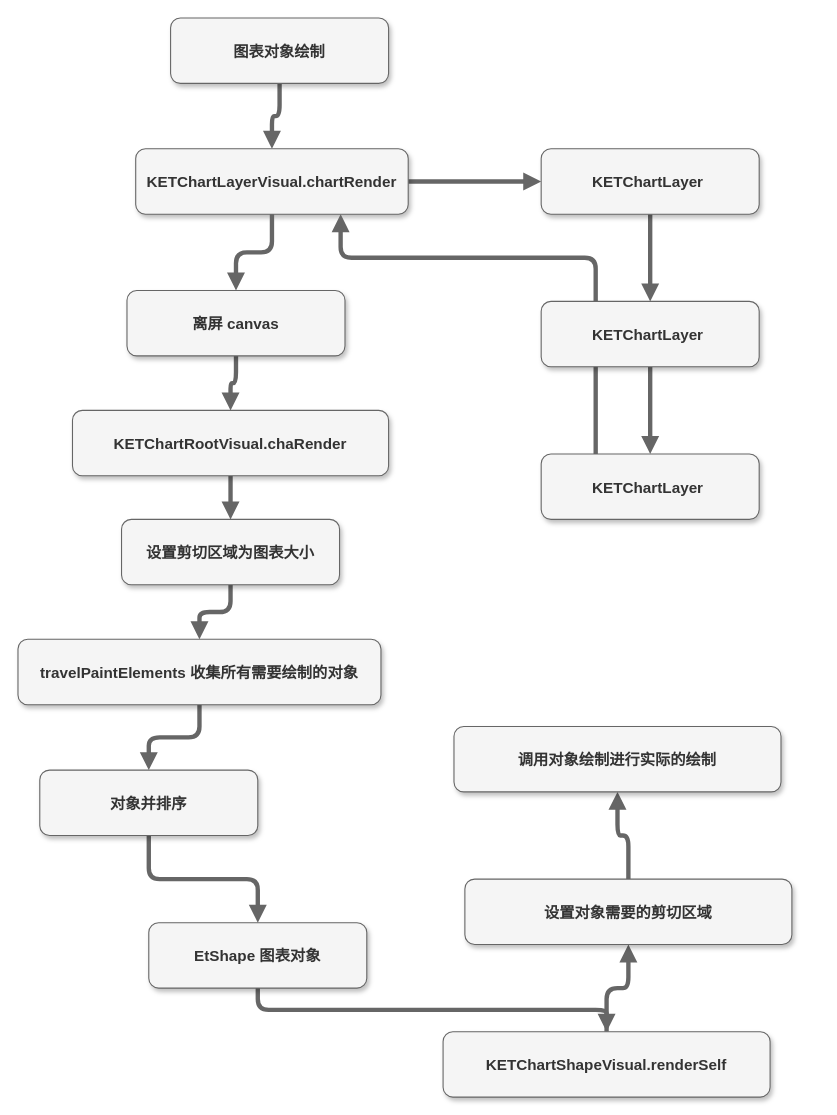
makepair/craft keeps this draw.io diagram as page "Page-2" (2 of 2) of Untitled 11111Diagram.drawio. Above is the earlier version. Source tidied: cells renumbered, new cells numbered last; positions are measured from the earlier drawing's top-left corner, leaving out a move shared by most shapes. Both pictures are drawn from the tidied source at 109%, with x=0, y=0 at pixel (17, 17).
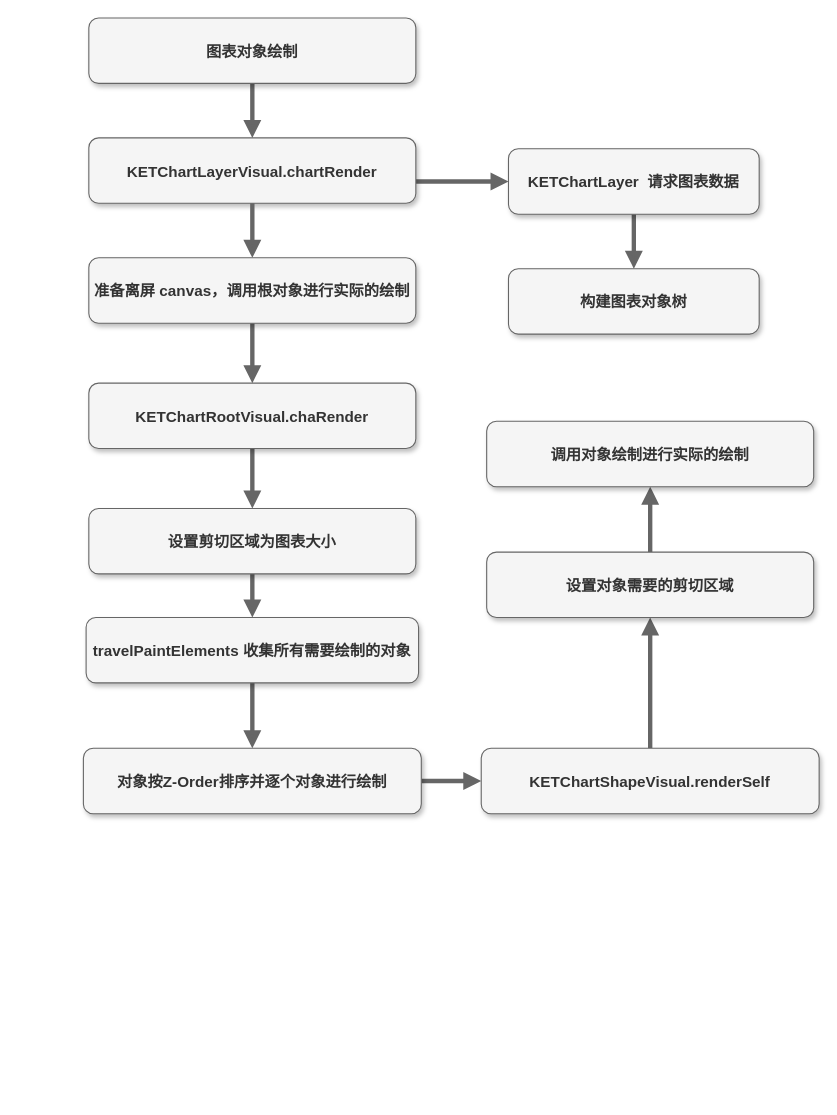
After the change.

The edit, as a diff of the source:
```diff
@@
     <mxCell id="3" value="图表对象绘制" style="rounded=1;fillColor=#f5f5f5;strokeColor=#666666;shadow=1;fontStyle=1;fontColor=#333333;fontSize=14;" parent="1" vertex="1">
-      <mxGeometry x="140" width="200" height="60" as="geometry" />
+      <mxGeometry x="65" width="300" height="60" as="geometry" />
     </mxCell>
@@
     <mxCell id="5" value="KETChartLayerVisual.chartRender" style="rounded=1;fillColor=#f5f5f5;strokeColor=#666666;shadow=1;fontStyle=1;fontColor=#333333;fontSize=14;" parent="1" vertex="1">
-      <mxGeometry x="108" y="120" width="250" height="60" as="geometry" />
+      <mxGeometry x="65" y="110" width="300" height="60" as="geometry" />
     </mxCell>
@@
-    <mxCell id="8" value="KETChartLayer " style="rounded=1;fillColor=#f5f5f5;strokeColor=#666666;shadow=1;fontStyle=1;fontColor=#333333;fontSize=14;" parent="1" vertex="1">
-      <mxGeometry x="480" y="120" width="200" height="60" as="geometry" />
+    <mxCell id="8" value="KETChartLayer  请求图表数据" style="rounded=1;fillColor=#f5f5f5;strokeColor=#666666;shadow=1;fontStyle=1;fontColor=#333333;fontSize=14;" parent="1" vertex="1">
+      <mxGeometry x="450" y="120" width="230" height="60" as="geometry" />
     </mxCell>
-    <mxCell id="9" style="edgeStyle=elbowEdgeStyle;jettySize=auto;elbow=vertical;html=1;endArrow=block;endFill=1;strokeColor=#666666;strokeWidth=4;fillColor=#f5f5f5;fontSize=14;fontColor=#333333;exitX=0.25;exitY=0;exitDx=0;exitDy=0;" parent="1" edge="1" source="12">
-      <mxGeometry relative="1" as="geometry">
-        <mxPoint x="296" y="180" as="targetPoint" />
-        <Array as="points">
-          <mxPoint x="330" y="220" />
-          <mxPoint x="370" y="310" />
-          <mxPoint x="400" y="360" />
-        </Array>
-      </mxGeometry>
-    </mxCell>
-    <mxCell id="10" style="edgeStyle=elbowEdgeStyle;jettySize=auto;elbow=vertical;html=1;endArrow=block;endFill=1;strokeColor=#666666;strokeWidth=4;fillColor=#f5f5f5;fontSize=14;fontColor=#333333;" parent="1" edge="1" source="11" target="12">
-      <mxGeometry relative="1" as="geometry" />
-    </mxCell>
-    <mxCell id="11" value="KETChartLayer " style="rounded=1;fillColor=#f5f5f5;strokeColor=#666666;shadow=1;fontStyle=1;fontColor=#333333;fontSize=14;" parent="1" vertex="1">
-      <mxGeometry x="480" y="260" width="200" height="60" as="geometry" />
+    <mxCell id="11" value="构建图表对象树" style="rounded=1;fillColor=#f5f5f5;strokeColor=#666666;shadow=1;fontStyle=1;fontColor=#333333;fontSize=14;" parent="1" vertex="1">
+      <mxGeometry x="450" y="230" width="230" height="60" as="geometry" />
     </mxCell>
-    <mxCell id="12" value="KETChartLayer " style="rounded=1;fillColor=#f5f5f5;strokeColor=#666666;shadow=1;fontStyle=1;fontColor=#333333;fontSize=14;" parent="1" vertex="1">
-      <mxGeometry x="480" y="400" width="200" height="60" as="geometry" />
-    </mxCell>
@@
-    <mxCell id="14" value="离屏 canvas" style="rounded=1;fillColor=#f5f5f5;strokeColor=#666666;shadow=1;fontStyle=1;fontColor=#333333;fontSize=14;" parent="1" vertex="1">
-      <mxGeometry x="100" y="250" width="200" height="60" as="geometry" />
+    <mxCell id="14" value="准备离屏 canvas，调用根对象进行实际的绘制" style="rounded=1;fillColor=#f5f5f5;strokeColor=#666666;shadow=1;fontStyle=1;fontColor=#333333;fontSize=14;" parent="1" vertex="1">
+      <mxGeometry x="65" y="220" width="300" height="60" as="geometry" />
     </mxCell>
@@
     <mxCell id="16" value="KETChartRootVisual.chaRender" style="rounded=1;fillColor=#f5f5f5;strokeColor=#666666;shadow=1;fontStyle=1;fontColor=#333333;fontSize=14;" parent="1" vertex="1">
-      <mxGeometry x="50" y="360" width="290" height="60" as="geometry" />
+      <mxGeometry x="65" y="335" width="300" height="60" as="geometry" />
     </mxCell>
@@
     <mxCell id="18" value="设置剪切区域为图表大小" style="rounded=1;fillColor=#f5f5f5;strokeColor=#666666;shadow=1;fontStyle=1;fontColor=#333333;fontSize=14;" parent="1" vertex="1">
-      <mxGeometry x="95" y="460" width="200" height="60" as="geometry" />
+      <mxGeometry x="65" y="450" width="300" height="60" as="geometry" />
     </mxCell>
@@
     <mxCell id="20" value="travelPaintElements 收集所有需要绘制的对象" style="rounded=1;fillColor=#f5f5f5;strokeColor=#666666;shadow=1;fontStyle=1;fontColor=#333333;fontSize=14;" parent="1" vertex="1">
-      <mxGeometry y="570" width="333" height="60" as="geometry" />
+      <mxGeometry x="62.5" y="550" width="305" height="60" as="geometry" />
     </mxCell>
-    <mxCell id="21" style="edgeStyle=elbowEdgeStyle;jettySize=auto;elbow=vertical;html=1;endArrow=block;endFill=1;strokeColor=#666666;strokeWidth=4;fillColor=#f5f5f5;fontSize=14;fontColor=#333333;" parent="1" edge="1" source="22" target="24">
-      <mxGeometry relative="1" as="geometry" />
-    </mxCell>
+    <mxCell id="30" style="edgeStyle=elbowEdgeStyle;jettySize=auto;elbow=vertical;html=1;endArrow=block;endFill=1;strokeColor=#666666;strokeWidth=4;fillColor=#f5f5f5;fontSize=14;fontColor=#333333;" parent="1" edge="1" source="22" target="26">
+      <mxGeometry relative="1" as="geometry" />
+    </mxCell>
-    <mxCell id="22" value="对象并排序" style="rounded=1;fillColor=#f5f5f5;strokeColor=#666666;shadow=1;fontStyle=1;fontColor=#333333;fontSize=14;" parent="1" vertex="1">
-      <mxGeometry x="20" y="690" width="200" height="60" as="geometry" />
+    <mxCell id="22" value="对象按Z-Order排序并逐个对象进行绘制" style="rounded=1;fillColor=#f5f5f5;strokeColor=#666666;shadow=1;fontStyle=1;fontColor=#333333;fontSize=14;" parent="1" vertex="1">
+      <mxGeometry x="60" y="670" width="310" height="60" as="geometry" />
     </mxCell>
-    <mxCell id="23" style="edgeStyle=elbowEdgeStyle;jettySize=auto;elbow=vertical;html=1;endArrow=block;endFill=1;strokeColor=#666666;strokeWidth=4;fillColor=#f5f5f5;fontSize=14;fontColor=#333333;" parent="1" edge="1" source="24" target="26">
-      <mxGeometry relative="1" as="geometry" />
-    </mxCell>
-    <mxCell id="24" value="EtShape 图表对象" style="rounded=1;fillColor=#f5f5f5;strokeColor=#666666;shadow=1;fontStyle=1;fontColor=#333333;fontSize=14;" parent="1" vertex="1">
-      <mxGeometry x="120" y="830" width="200" height="60" as="geometry" />
-    </mxCell>
-    <mxCell id="25" style="edgeStyle=elbowEdgeStyle;jettySize=auto;elbow=vertical;html=1;endArrow=block;endFill=1;strokeColor=#666666;strokeWidth=4;fillColor=#f5f5f5;fontSize=14;fontColor=#333333;" parent="1" edge="1" source="26" target="28">
+    <mxCell id="25" style="edgeStyle=elbowEdgeStyle;jettySize=auto;elbow=vertical;html=1;endArrow=block;endFill=1;strokeColor=#666666;strokeWidth=4;fillColor=#f5f5f5;fontSize=14;fontColor=#333333;entryX=0.5;entryY=1;entryDx=0;entryDy=0;" parent="1" edge="1" source="26" target="28">
       <mxGeometry relative="1" as="geometry" />
     </mxCell>
     <mxCell id="26" value="KETChartShapeVisual.renderSelf" style="rounded=1;fillColor=#f5f5f5;strokeColor=#666666;shadow=1;fontStyle=1;fontColor=#333333;fontSize=14;" parent="1" vertex="1">
-      <mxGeometry x="390" y="930" width="300" height="60" as="geometry" />
+      <mxGeometry x="425" y="670" width="310" height="60" as="geometry" />
     </mxCell>
@@
     <mxCell id="28" value="设置对象需要的剪切区域" style="rounded=1;fillColor=#f5f5f5;strokeColor=#666666;shadow=1;fontStyle=1;fontColor=#333333;fontSize=14;" parent="1" vertex="1">
-      <mxGeometry x="410" y="790" width="300" height="60" as="geometry" />
+      <mxGeometry x="430" y="490" width="300" height="60" as="geometry" />
     </mxCell>
     <mxCell id="29" value="调用对象绘制进行实际的绘制" style="rounded=1;fillColor=#f5f5f5;strokeColor=#666666;shadow=1;fontStyle=1;fontColor=#333333;fontSize=14;" parent="1" vertex="1">
-      <mxGeometry x="400" y="650" width="300" height="60" as="geometry" />
+      <mxGeometry x="430" y="370" width="300" height="60" as="geometry" />
     </mxCell>
```
